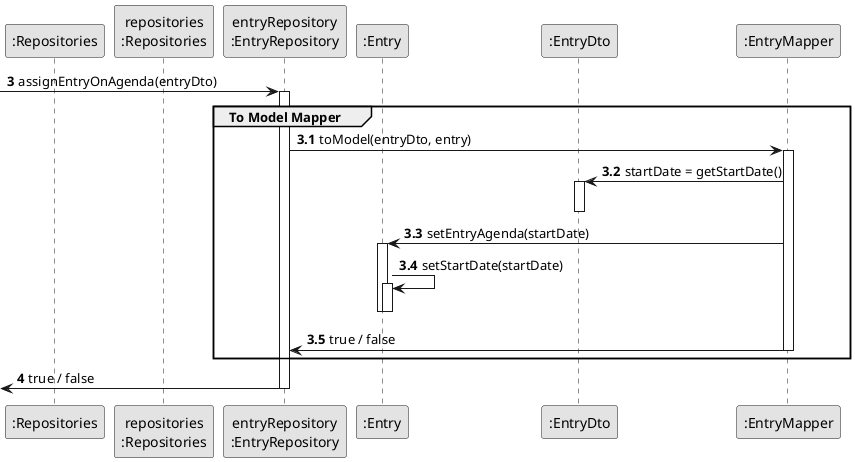
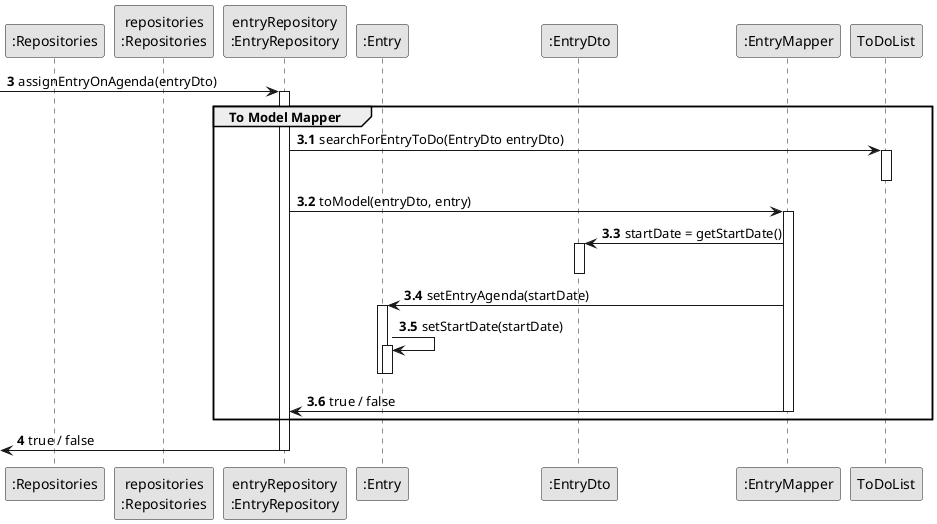
@startuml
skinparam monochrome true
skinparam packageStyle rectangle
skinparam shadowing false

autonumber

'hide footbox

participant ":Repositories" as RepositorySingleton
participant "repositories\n:Repositories" as PLAT
participant "entryRepository\n:EntryRepository" as EntryRepository
participant ":Entry" as OBJ
participant ":EntryDto" as DTO
participant ":EntryMapper" as MAPPER



autonumber 3

 -> EntryRepository : assignEntryOnAgenda(entryDto)
autonumber 3.1
activate EntryRepository
    group To Model Mapper

+                     EntryRepository -> ToDoList : searchForEntryToDo(EntryDto entryDto)
+                     activate ToDoList
+                     deactivate ToDoList

                    EntryRepository -> MAPPER : toModel(entryDto, entry)
                       activate MAPPER

                       MAPPER -> DTO : startDate = getStartDate()
                       activate DTO
                       deactivate DTO


                       MAPPER -> OBJ : setEntryAgenda(startDate)
                       activate OBJ
                       OBJ -> OBJ : setStartDate(startDate)
                       activate OBJ
                       deactivate OBJ

                       deactivate OBJ


                       MAPPER -> EntryRepository : true / false
                       deactivate MAPPER


    end
    autonumber 4
    <- EntryRepository : true / false
deactivate EntryRepository


@enduml